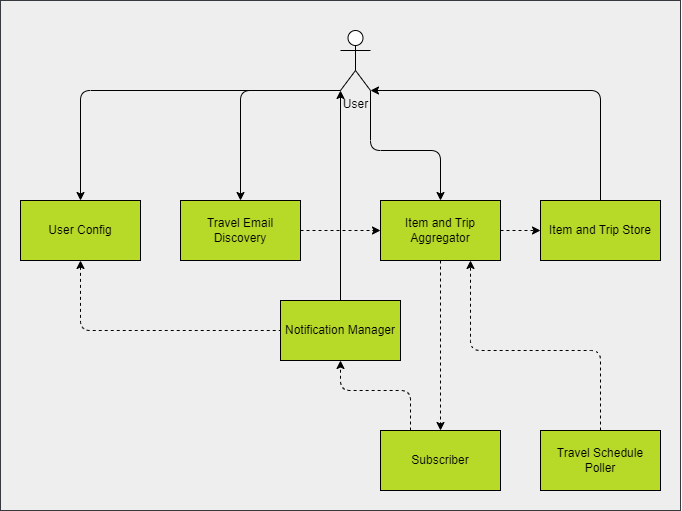
Before: diagrams/logical_architecture.png, a diagram exported from draw.io (Guilbert12/Kata2023_team_onion). Source tidied: cells renumbered, new cells last; positions are measured from the earlier drawing's top-left corner, leaving out a move shared by most shapes.
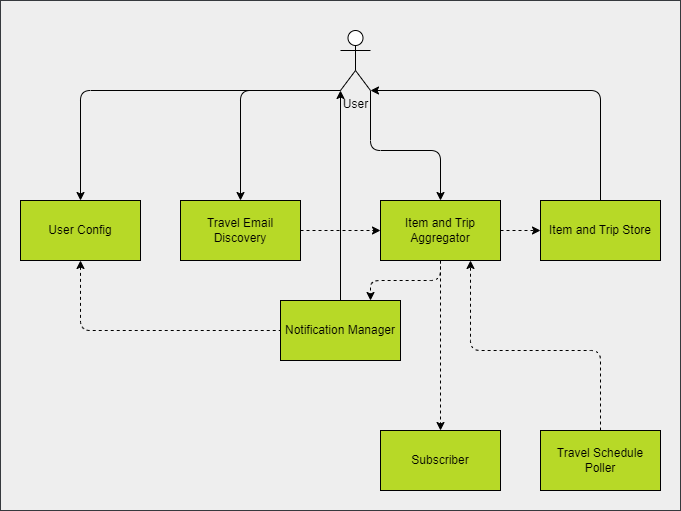
Above is the later version.

Diff of the diagram source:
```diff
@@ -72,11 +72,11 @@
     <mxCell id="17" style="endArrow=classic;html=1;strokeColor=#000000;fontFamily=Atkinson Hyperlegible;exitX=1;exitY=0.5;exitDx=0;exitDy=0;entryX=0;entryY=0.5;entryDx=0;entryDy=0;dashed=1;" parent="1" edge="1" source="6" target="7">
       <mxGeometry relative="1" as="geometry" />
     </mxCell>
-    <mxCell id="18" style="endArrow=classic;html=1;strokeColor=#000000;fontFamily=Atkinson Hyperlegible;exitX=0.25;exitY=0;exitDx=0;exitDy=0;entryX=0.5;entryY=1;entryDx=0;entryDy=0;dashed=1;" parent="1" edge="1" source="8" target="10">
+    <mxCell id="18" style="endArrow=classic;html=1;strokeColor=#000000;fontFamily=Atkinson Hyperlegible;exitX=0.5;exitY=1;exitDx=0;exitDy=0;entryX=0.75;entryY=0;entryDx=0;entryDy=0;dashed=1;" parent="1" edge="1" source="6" target="10">
       <mxGeometry relative="1" as="geometry">
         <Array as="points">
-          <mxPoint x="410" y="390" />
-          <mxPoint x="340" y="390" />
+          <mxPoint x="440" y="280" />
+          <mxPoint x="370" y="280" />
         </Array>
       </mxGeometry>
     </mxCell>
```
